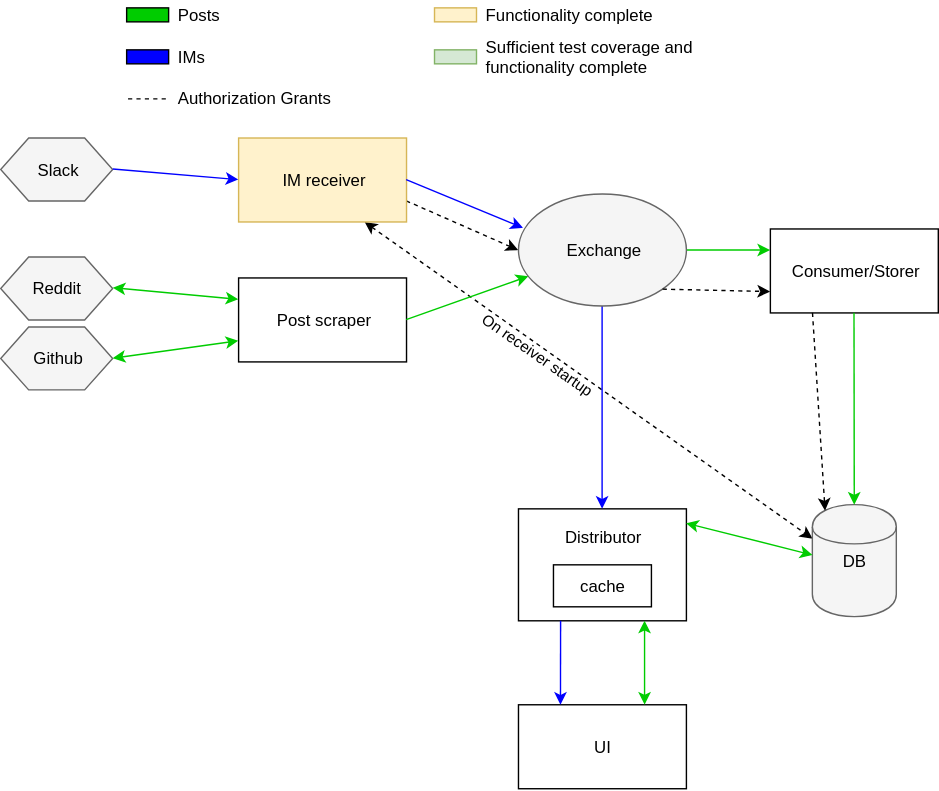
The draw.io diagram System Architecture.svg in decentstudio/decent-info, before a commit. Source tidied: cells renumbered, new cells last; positions are measured from the earlier drawing's top-left corner, leaving out a move shared by most shapes.
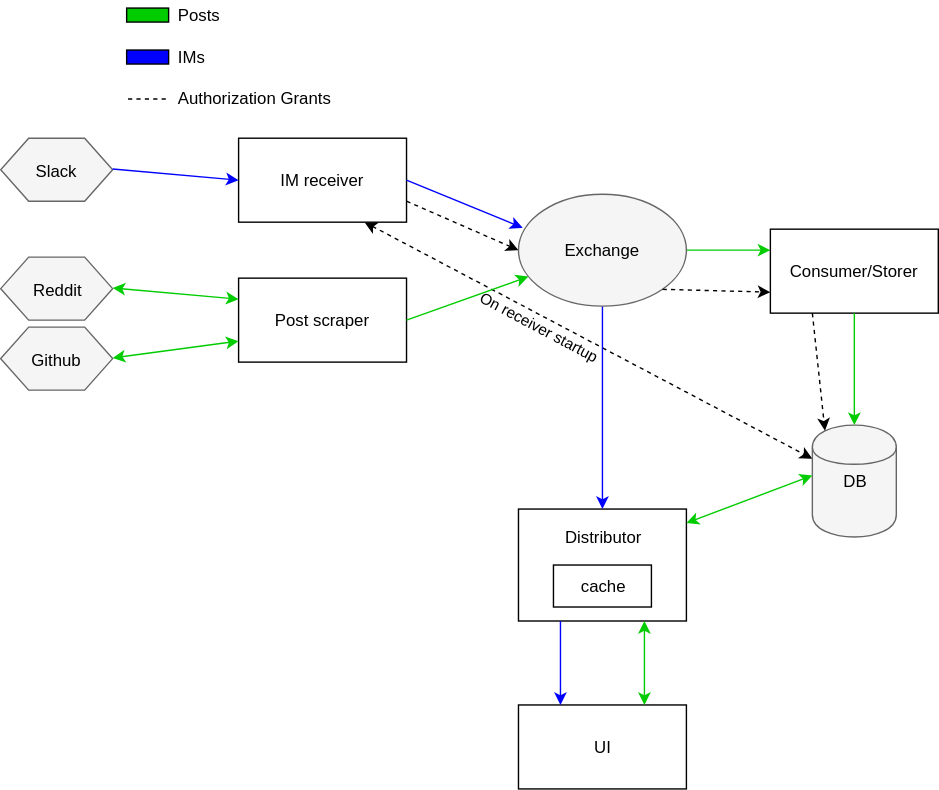
The same file after the commit.

The edit, as a diff of the source:
```diff
@@ -8,7 +8,7 @@
     <mxCell id="3" style="endArrow=classic;html=1;strokeColor=#000000;exitX=1;exitY=0.75;entryX=0;entryY=0.5;comic=0;shadow=0;dashed=1;" parent="1" edge="1" source="4" target="34">
       <mxGeometry relative="1" as="geometry" />
     </mxCell>
-    <mxCell id="4" value="IM receiver" style="rounded=0;whiteSpace=wrap;html=1;fillColor=#fff2cc;strokeColor=#d6b656;" parent="1" vertex="1">
+    <mxCell id="4" value="IM receiver" style="rounded=0;whiteSpace=wrap;html=1;fillColor=#ffffff;strokeColor=#000000;" parent="1" vertex="1">
       <mxGeometry x="170" y="98" width="120" height="60" as="geometry" />
     </mxCell>
     <mxCell id="5" value="Post scraper" style="rounded=0;whiteSpace=wrap;html=1;" parent="1" vertex="1">
@@ -27,7 +27,7 @@
       <mxGeometry x="550" y="163" width="120" height="60" as="geometry" />
     </mxCell>
     <mxCell id="10" value="DB" style="shape=cylinder;whiteSpace=wrap;html=1;fillColor=#f5f5f5;strokeColor=#666666;" parent="1" vertex="1">
-      <mxGeometry x="580" y="360" width="60" height="80" as="geometry" />
+      <mxGeometry x="580" y="303" width="60" height="80" as="geometry" />
     </mxCell>
     <mxCell id="11" style="endArrow=classic;html=1;exitX=0.5;exitY=1;strokeColor=#00CC00;" parent="1" edge="1" source="9" target="10">
       <mxGeometry relative="1" as="geometry" />
@@ -88,18 +88,6 @@
     <mxCell id="29" style="endArrow=classic;startArrow=classic;html=1;strokeColor=#00CC00;entryX=0;entryY=0.75;exitX=1;exitY=0.5;" parent="1" edge="1" source="22" target="5">
       <mxGeometry relative="1" as="geometry" />
     </mxCell>
-    <mxCell id="30" style="rounded=0;whiteSpace=wrap;html=1;fillColor=#fff2cc;strokeColor=#d6b656;" parent="1" vertex="1">
-      <mxGeometry x="310" y="5" width="30" height="10" as="geometry" />
-    </mxCell>
-    <mxCell id="31" style="rounded=0;whiteSpace=wrap;html=1;fillColor=#d5e8d4;strokeColor=#82b366;" parent="1" vertex="1">
-      <mxGeometry x="310" y="35" width="30" height="10" as="geometry" />
-    </mxCell>
-    <mxCell id="32" value="Functionality complete" style="text;html=1;strokeColor=none;fillColor=none;align=left;verticalAlign=middle;whiteSpace=wrap;" parent="1" vertex="1">
-      <mxGeometry x="345" width="135" height="20" as="geometry" />
-    </mxCell>
-    <mxCell id="33" value="Sufficient test coverage and functionality complete" style="text;html=1;strokeColor=none;fillColor=none;align=left;verticalAlign=middle;whiteSpace=wrap;" parent="1" vertex="1">
-      <mxGeometry x="345" y="30" width="165" height="20" as="geometry" />
-    </mxCell>
     <mxCell id="34" value="Exchange" style="ellipse;whiteSpace=wrap;html=1;fillColor=#f5f5f5;strokeColor=#666666;" parent="1" vertex="1">
       <mxGeometry x="370" y="138" width="120" height="80" as="geometry" />
     </mxCell>
@@ -114,8 +102,8 @@
     <mxCell id="37" style="endArrow=classic;html=1;strokeColor=#000000;comic=0;shadow=0;entryX=0.15;entryY=0.05;exitX=0.25;exitY=1;entryPerimeter=0;dashed=1;" parent="1" edge="1" source="9" target="10">
       <mxGeometry relative="1" as="geometry" />
     </mxCell>
-    <mxCell id="38" value="On receiver startup" style="text;html=1;strokeColor=none;fillColor=none;align=center;verticalAlign=middle;whiteSpace=wrap;fontSize=11;rotation=35;" parent="1" vertex="1">
-      <mxGeometry x="324" y="242" width="119" height="20" as="geometry" />
+    <mxCell id="38" value="On receiver startup" style="text;html=1;strokeColor=none;fillColor=none;align=center;verticalAlign=middle;whiteSpace=wrap;fontSize=11;rotation=28;" parent="1" vertex="1">
+      <mxGeometry x="325" y="222" width="119" height="20" as="geometry" />
     </mxCell>
     <mxCell id="39" style="endArrow=none;dashed=1;html=1;shadow=0;strokeColor=#000000;fontSize=11;" parent="1" edge="1">
       <mxGeometry relative="1" as="geometry">
```
